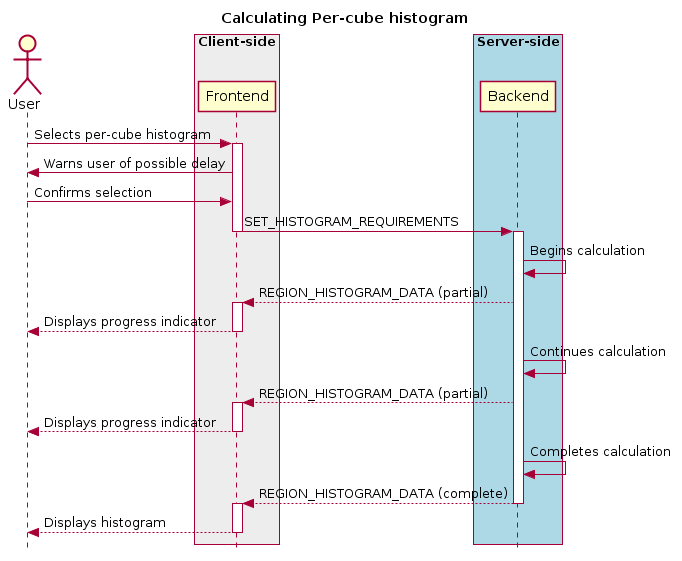
CARTAvis/carta-protobuf keeps this PlantUML diagram as docs/images/image9.png. Above is the earlier version.
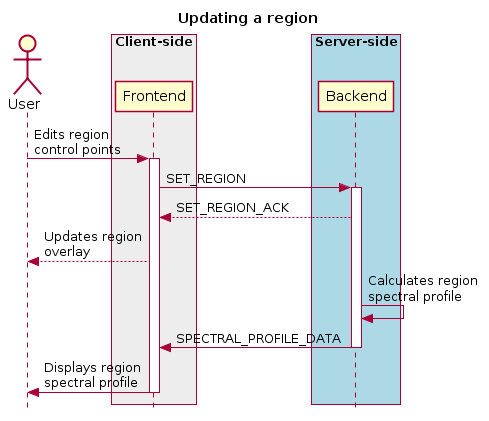
The same file after the commit.

The edit, as a diff of the source:
```diff
@@ -1,7 +1,8 @@
 @startuml
 skinparam style strictuml
 hide footbox
-title Calculating Per-cube histogram
+title Updating a region
+
 actor User
 box "Client-side" #EDEDED
         participant Frontend
@@ -10,30 +11,15 @@
 box "Server-side" #lightblue
 	participant Backend
 end box
-User -> Frontend: Selects per-cube histogram
+User -> Frontend: Edits region\ncontrol points
 activate Frontend
-Frontend -> User: Warns user of possible delay
-User -> Frontend: Confirms selection
-Frontend -> Backend : SET_HISTOGRAM_REQUIREMENTS
-deactivate Frontend
-
+Frontend -> Backend : SET_REGION
 activate Backend
-Backend -> Backend: Begins calculation
-Frontend <-- Backend: REGION_HISTOGRAM_DATA (partial)
-activate Frontend
-User <-- Frontend: Displays progress indicator
-deactivate Frontend
-
-Backend -> Backend: Continues calculation
-Frontend <-- Backend: REGION_HISTOGRAM_DATA (partial)
-activate Frontend
-User <-- Frontend: Displays progress indicator
-deactivate Frontend
-
-Backend -> Backend: Completes calculation
-Frontend <-- Backend: REGION_HISTOGRAM_DATA (complete)
+Frontend <-- Backend : SET_REGION_ACK
+User <-- Frontend: Updates region\noverlay
+Backend <- Backend : Calculates region\nspectral profile
+Frontend <- Backend : SPECTRAL_PROFILE_DATA
 deactivate Backend
-activate Frontend
-User <-- Frontend: Displays histogram
+User <- Frontend : Displays region\nspectral profile
 deactivate Frontend
 @enduml
```
